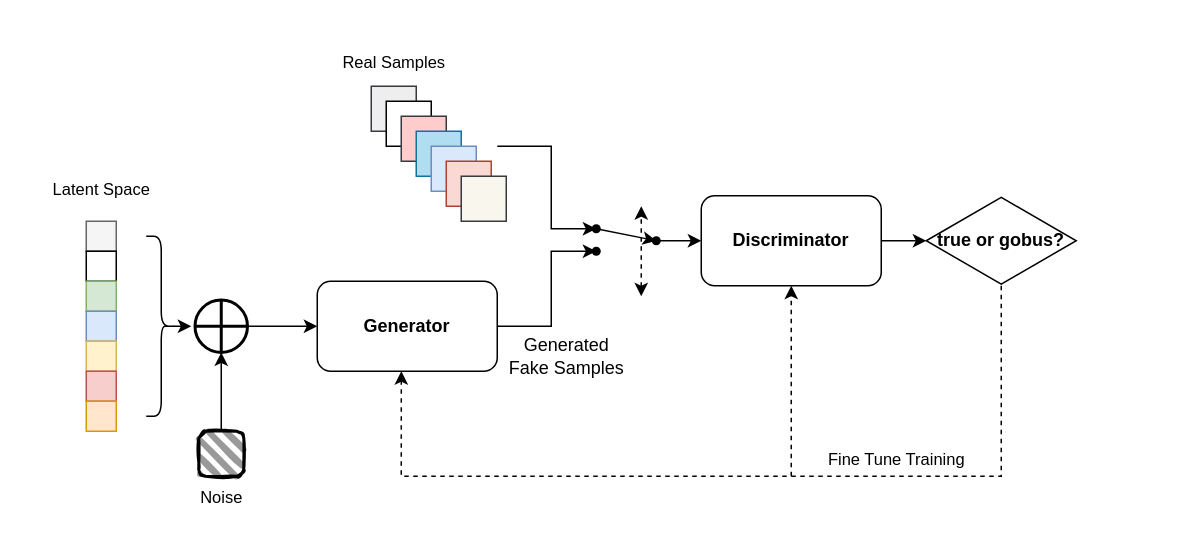
Before: GAN.drawio in LFNing/General, a draw.io diagram. Source tidied: cells renumbered, new cells numbered last; positions are measured from the earlier drawing's top-left corner, leaving out a move shared by most shapes. Both pictures are drawn from the tidied source at 150%, with x=0, y=0 at pixel (26, 26).
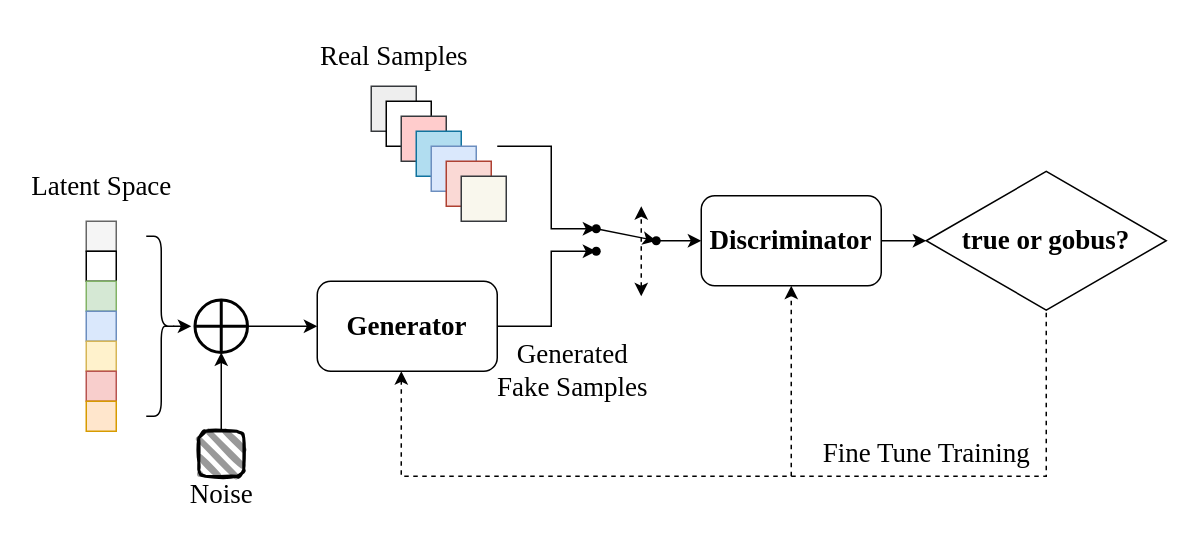
The same page after the edit.

Diff of the diagram source:
```diff
@@
-    <mxCell id="16" value="&lt;b&gt;Generator&lt;/b&gt;" style="rounded=1;whiteSpace=wrap;html=1;shadow=0;fillColor=#FFFFFF;" parent="1" vertex="1">
+    <mxCell id="16" value="&lt;b&gt;&lt;font style=&quot;font-size: 18px;&quot; face=&quot;Times New Roman&quot;&gt;Generator&lt;/font&gt;&lt;/b&gt;" style="rounded=1;whiteSpace=wrap;html=1;shadow=0;fillColor=#FFFFFF;" parent="1" vertex="1">
       <mxGeometry x="194" y="170" width="120" height="60" as="geometry" />
     </mxCell>
@@
-    <mxCell id="23" value="&lt;b&gt;Discriminator&lt;/b&gt;" style="rounded=1;whiteSpace=wrap;html=1;shadow=0;fillColor=#FFFFFF;" parent="1" vertex="1">
+    <mxCell id="23" value="&lt;b&gt;&lt;font style=&quot;font-size: 18px;&quot;&gt;Discriminator&lt;/font&gt;&lt;/b&gt;" style="rounded=1;whiteSpace=wrap;html=1;shadow=0;fillColor=#FFFFFF;fontFamily=Times New Roman;" parent="1" vertex="1">
       <mxGeometry x="450" y="113" width="120" height="60" as="geometry" />
     </mxCell>
@@
     <mxCell id="33" style="edgeStyle=orthogonalEdgeStyle;rounded=0;jettySize=auto;html=1;entryX=0.467;entryY=1;entryDx=0;entryDy=0;entryPerimeter=0;dashed=1;" parent="1" edge="1" source="34" target="16">
       <mxGeometry relative="1" as="geometry">
         <Array as="points">
-          <mxPoint x="650" y="300" />
+          <mxPoint x="680" y="300" />
           <mxPoint x="250" y="300" />
         </Array>
       </mxGeometry>
     </mxCell>
-    <mxCell id="34" value="&lt;b&gt;true or gobus?&lt;/b&gt;" style="html=1;whiteSpace=wrap;shape=isoRectangle;shadow=0;fillColor=#FFFFFF;" parent="1" vertex="1">
-      <mxGeometry x="600" y="113" width="100" height="60" as="geometry" />
+    <mxCell id="34" value="&lt;b&gt;&lt;font face=&quot;Times New Roman&quot; style=&quot;font-size: 18px;&quot;&gt;true or gobus?&lt;/font&gt;&lt;/b&gt;" style="html=1;whiteSpace=wrap;shape=isoRectangle;shadow=0;fillColor=#FFFFFF;" parent="1" vertex="1">
+      <mxGeometry x="600" y="95" width="160" height="96" as="geometry" />
     </mxCell>
@@
-    <mxCell id="36" value="&lt;font style=&quot;font-size: 11px; font-weight: normal;&quot;&gt;Fine Tune Training&lt;/font&gt;" style="text;strokeColor=none;fillColor=none;html=1;fontSize=24;fontStyle=1;verticalAlign=middle;align=center;shadow=0;" parent="1" vertex="1">
-      <mxGeometry x="530" y="265" width="100" height="40" as="geometry" />
+    <mxCell id="36" value="&lt;font style=&quot;font-size: 18px; font-weight: normal;&quot;&gt;Fine Tune Training&lt;/font&gt;" style="text;strokeColor=none;fillColor=none;html=1;fontSize=18;fontStyle=1;verticalAlign=middle;align=center;shadow=0;fontFamily=Times New Roman;" parent="1" vertex="1">
+      <mxGeometry x="550" y="265" width="100" height="40" as="geometry" />
     </mxCell>
-    <mxCell id="37" value="&lt;font style=&quot;font-size: 11px; font-weight: normal;&quot;&gt;Latent Space&lt;/font&gt;" style="text;strokeColor=none;fillColor=none;html=1;fontSize=24;fontStyle=1;verticalAlign=middle;align=center;shadow=0;" parent="1" vertex="1">
+    <mxCell id="37" value="&lt;font face=&quot;Times New Roman&quot; style=&quot;font-weight: normal; font-size: 18px;&quot;&gt;Latent Space&lt;/font&gt;" style="text;strokeColor=none;fillColor=none;html=1;fontSize=24;fontStyle=1;verticalAlign=middle;align=center;shadow=0;" parent="1" vertex="1">
       <mxGeometry y="85" width="100" height="40" as="geometry" />
     </mxCell>
-    <mxCell id="38" value="&lt;font style=&quot;font-size: 11px; font-weight: normal;&quot;&gt;Noise&lt;/font&gt;" style="text;strokeColor=none;fillColor=none;html=1;fontSize=24;fontStyle=1;verticalAlign=middle;align=center;shadow=0;" parent="1" vertex="1">
+    <mxCell id="38" value="&lt;font face=&quot;Times New Roman&quot; style=&quot;font-weight: normal; font-size: 18px;&quot;&gt;Noise&lt;/font&gt;" style="text;strokeColor=none;fillColor=none;html=1;fontSize=24;fontStyle=1;verticalAlign=middle;align=center;shadow=0;" parent="1" vertex="1">
       <mxGeometry x="80" y="290" width="100" height="40" as="geometry" />
     </mxCell>
-    <mxCell id="39" value="&lt;font style=&quot;font-size: 11px; font-weight: normal;&quot;&gt;Real Samples&lt;/font&gt;" style="text;strokeColor=none;fillColor=none;html=1;fontSize=24;fontStyle=1;verticalAlign=middle;align=center;shadow=0;" parent="1" vertex="1">
+    <mxCell id="39" value="&lt;font style=&quot;font-size: 18px; font-weight: normal;&quot;&gt;Real Samples&lt;/font&gt;" style="text;strokeColor=none;fillColor=none;html=1;fontSize=18;fontStyle=1;verticalAlign=middle;align=center;shadow=0;fontFamily=Times New Roman;" parent="1" vertex="1">
       <mxGeometry x="195" width="100" height="40" as="geometry" />
     </mxCell>
-    <mxCell id="40" value="&lt;h6 style=&quot;font-size: 12px;&quot;&gt;&lt;font style=&quot;font-size: 12px; font-weight: normal;&quot;&gt;Generated&lt;br&gt; &lt;/font&gt;&lt;font style=&quot;font-size: 12px; font-weight: normal;&quot;&gt;Fake Samples&lt;/font&gt;&lt;/h6&gt;" style="text;strokeColor=none;fillColor=none;html=1;fontSize=24;fontStyle=1;verticalAlign=middle;align=center;shadow=0;" parent="1" vertex="1">
-      <mxGeometry x="310" y="200" width="100" height="40" as="geometry" />
+    <mxCell id="40" value="&lt;h6 style=&quot;font-size: 18px;&quot;&gt;&lt;font style=&quot;font-size: 18px; font-weight: normal;&quot;&gt;Generated&lt;br style=&quot;font-size: 18px;&quot;&gt; &lt;/font&gt;&lt;font style=&quot;font-size: 18px; font-weight: normal;&quot;&gt;Fake Samples&lt;/font&gt;&lt;/h6&gt;" style="text;strokeColor=none;fillColor=none;html=1;fontSize=18;fontStyle=1;verticalAlign=middle;align=center;shadow=0;fontFamily=Times New Roman;" parent="1" vertex="1">
+      <mxGeometry x="314" y="210" width="100" height="40" as="geometry" />
     </mxCell>
```
